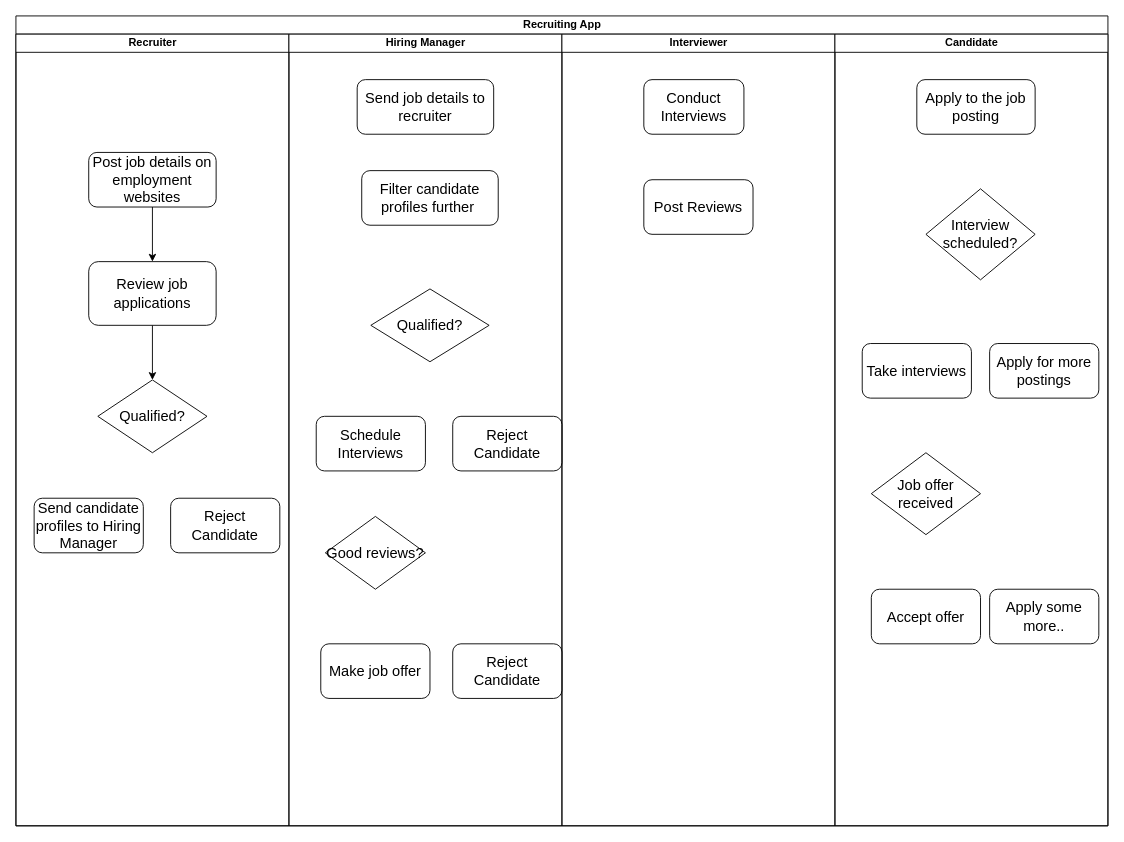
Above: Recruitment_App_Swimlane.drawio in saumyasucharita/swimlane-mindmaps (draw.io), before the change. Source tidied: cells renumbered, new cells numbered last; positions are measured from the earlier drawing's top-left corner, leaving out a move shared by most shapes. Both pictures are drawn from the tidied source at 91%, with x=0, y=0 at pixel (15, 15).
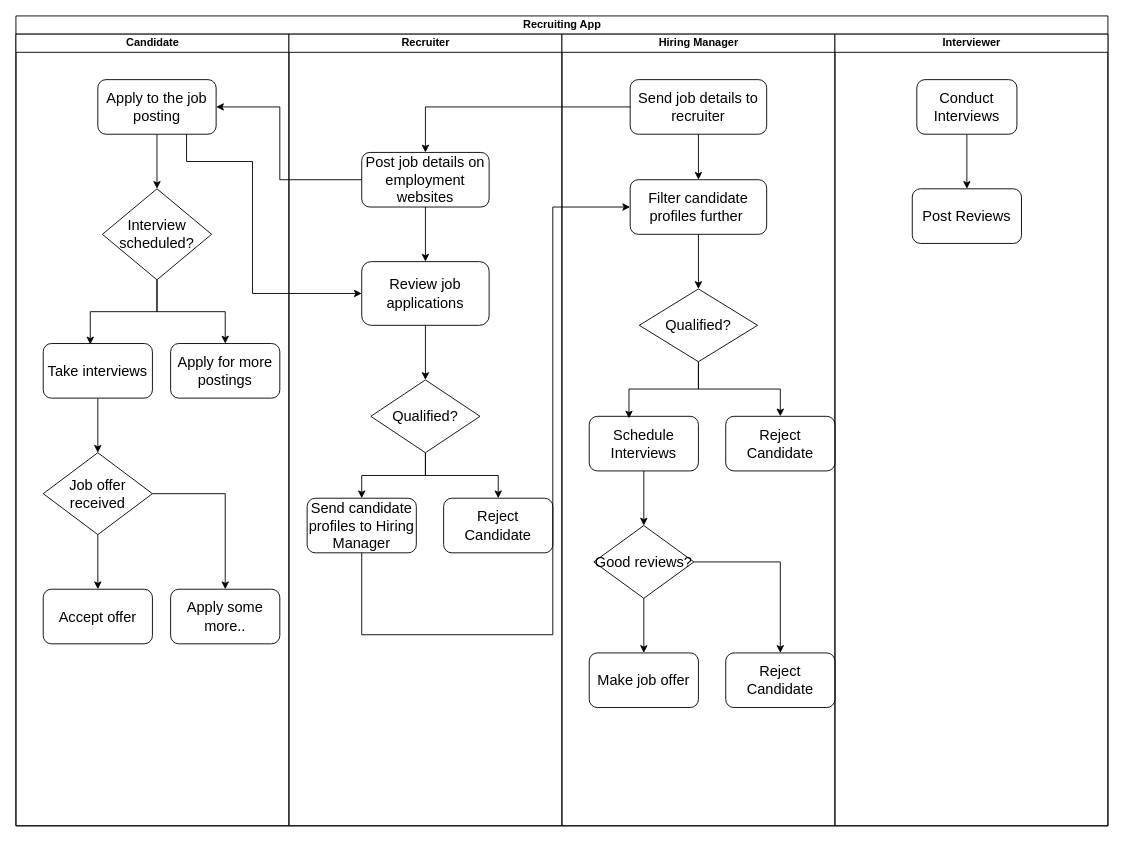
The same diagram, later.

Unchanged cells that the change refers to:
```xml
<mxCell id="2" value="Recruiting App" style="swimlane;startSize=20;html=1;" parent="1" vertex="1">
  <mxGeometry width="1200" height="890" as="geometry" />
</mxCell>
<mxCell id="5" value="&lt;font size=&quot;3&quot;&gt;Post job details on employment websites&lt;/font&gt;" style="rounded=1;whiteSpace=wrap;html=1;" parent="3" vertex="1">
  <mxGeometry x="80" y="130" width="140" height="60" as="geometry" />
</mxCell>
<mxCell id="7" value="&lt;font size=&quot;3&quot;&gt;Review job applications&lt;/font&gt;" style="rounded=1;whiteSpace=wrap;html=1;" parent="3" vertex="1">
  <mxGeometry x="80" y="250" width="140" height="70" as="geometry" />
</mxCell>
<mxCell id="8" value="&lt;font size=&quot;3&quot;&gt;Qualified?&lt;/font&gt;" style="rhombus;whiteSpace=wrap;html=1;" parent="3" vertex="1">
  <mxGeometry x="90" y="380" width="120" height="80" as="geometry" />
</mxCell>
<mxCell id="9" value="&lt;font size=&quot;3&quot;&gt;Send candidate profiles to Hiring Manager&lt;/font&gt;" style="rounded=1;whiteSpace=wrap;html=1;" parent="3" vertex="1">
  <mxGeometry x="20" y="510" width="120" height="60" as="geometry" />
</mxCell>
<mxCell id="10" value="&lt;font size=&quot;3&quot;&gt;Reject Candidate&lt;/font&gt;" style="rounded=1;whiteSpace=wrap;html=1;" parent="3" vertex="1">
  <mxGeometry x="170" y="510" width="120" height="60" as="geometry" />
</mxCell>
<mxCell id="12" value="&lt;font size=&quot;3&quot;&gt;Send job details to recruiter&lt;/font&gt;" style="rounded=1;whiteSpace=wrap;html=1;" parent="11" vertex="1">
  <mxGeometry x="75" y="50" width="150" height="60" as="geometry" />
</mxCell>
<mxCell id="15" value="&lt;font size=&quot;3&quot;&gt;Schedule Interviews&lt;/font&gt;" style="rounded=1;whiteSpace=wrap;html=1;" parent="11" vertex="1">
  <mxGeometry x="30" y="420" width="120" height="60" as="geometry" />
</mxCell>
<mxCell id="16" value="&lt;font size=&quot;3&quot;&gt;Reject Candidate&lt;/font&gt;" style="rounded=1;whiteSpace=wrap;html=1;" parent="11" vertex="1">
  <mxGeometry x="180" y="420" width="120" height="60" as="geometry" />
</mxCell>
<mxCell id="21" value="&lt;font size=&quot;3&quot;&gt;Conduct Interviews&lt;/font&gt;" style="rounded=1;whiteSpace=wrap;html=1;" parent="20" vertex="1">
  <mxGeometry x="90" y="50" width="110" height="60" as="geometry" />
</mxCell>
```

Diff of the diagram source:
```diff
@@
+    <mxCell id="23" value="Candidate" style="swimlane;startSize=20;html=1;" parent="2" vertex="1">
+      <mxGeometry y="20" width="300" height="870" as="geometry" />
+    </mxCell>
+    <mxCell id="31" style="edgeStyle=orthogonalEdgeStyle;rounded=0;jettySize=auto;html=1;" parent="23" edge="1" source="24" target="25">
+      <mxGeometry relative="1" as="geometry" />
+    </mxCell>
+    <mxCell id="24" value="&lt;font size=&quot;3&quot;&gt;Apply to the job posting&lt;/font&gt;" style="rounded=1;whiteSpace=wrap;html=1;" parent="23" vertex="1">
+      <mxGeometry x="90" y="50" width="130" height="60" as="geometry" />
+    </mxCell>
+    <mxCell id="32" style="edgeStyle=orthogonalEdgeStyle;rounded=0;jettySize=auto;html=1;" parent="23" edge="1" source="25" target="27">
+      <mxGeometry relative="1" as="geometry" />
+    </mxCell>
+    <mxCell id="25" value="&lt;font size=&quot;3&quot;&gt;Interview scheduled?&lt;/font&gt;" style="rhombus;whiteSpace=wrap;html=1;" parent="23" vertex="1">
+      <mxGeometry x="95" y="170" width="120" height="100" as="geometry" />
+    </mxCell>
+    <mxCell id="33" style="edgeStyle=orthogonalEdgeStyle;rounded=0;jettySize=auto;html=1;entryX=0.5;entryY=0;entryDx=0;entryDy=0;" parent="23" edge="1" source="26" target="28">
+      <mxGeometry relative="1" as="geometry" />
+    </mxCell>
+    <mxCell id="26" value="&lt;font size=&quot;3&quot;&gt;Take interviews&lt;/font&gt;" style="rounded=1;whiteSpace=wrap;html=1;" parent="23" vertex="1">
+      <mxGeometry x="30" y="340" width="120" height="60" as="geometry" />
+    </mxCell>
+    <mxCell id="27" value="&lt;font size=&quot;3&quot;&gt;Apply for more postings&lt;/font&gt;" style="rounded=1;whiteSpace=wrap;html=1;" parent="23" vertex="1">
+      <mxGeometry x="170" y="340" width="120" height="60" as="geometry" />
+    </mxCell>
+    <mxCell id="34" style="edgeStyle=orthogonalEdgeStyle;rounded=0;jettySize=auto;html=1;" parent="23" edge="1" source="28" target="29">
+      <mxGeometry relative="1" as="geometry" />
+    </mxCell>
+    <mxCell id="35" style="edgeStyle=orthogonalEdgeStyle;rounded=0;jettySize=auto;html=1;" parent="23" edge="1" source="28" target="30">
+      <mxGeometry relative="1" as="geometry" />
+    </mxCell>
+    <mxCell id="28" value="&lt;font size=&quot;3&quot;&gt;Job offer received&lt;/font&gt;" style="rhombus;whiteSpace=wrap;html=1;" parent="23" vertex="1">
+      <mxGeometry x="30" y="460" width="120" height="90" as="geometry" />
+    </mxCell>
+    <mxCell id="29" value="&lt;font size=&quot;3&quot;&gt;Accept offer&lt;/font&gt;" style="rounded=1;whiteSpace=wrap;html=1;" parent="23" vertex="1">
+      <mxGeometry x="30" y="610" width="120" height="60" as="geometry" />
+    </mxCell>
+    <mxCell id="30" value="&lt;font size=&quot;3&quot;&gt;Apply some more..&lt;/font&gt;" style="rounded=1;whiteSpace=wrap;html=1;" parent="23" vertex="1">
+      <mxGeometry x="170" y="610" width="120" height="60" as="geometry" />
+    </mxCell>
+    <mxCell id="36" style="edgeStyle=orthogonalEdgeStyle;rounded=0;jettySize=auto;html=1;entryX=0.431;entryY=0.017;entryDx=0;entryDy=0;entryPerimeter=0;" parent="23" edge="1" source="25" target="26">
+      <mxGeometry relative="1" as="geometry" />
+    </mxCell>
     <mxCell id="3" value="Recruiter" style="swimlane;startSize=20;html=1;" parent="2" vertex="1">
-      <mxGeometry y="20" width="300" height="870" as="geometry" />
+      <mxGeometry x="300" y="20" width="300" height="870" as="geometry" />
     </mxCell>
@@
+    <mxCell id="37" style="edgeStyle=orthogonalEdgeStyle;rounded=0;jettySize=auto;html=1;entryX=0.5;entryY=0;entryDx=0;entryDy=0;" parent="3" edge="1" source="8" target="9">
+      <mxGeometry relative="1" as="geometry" />
+    </mxCell>
+    <mxCell id="38" style="edgeStyle=orthogonalEdgeStyle;rounded=0;jettySize=auto;html=1;" parent="3" edge="1" source="8" target="10">
+      <mxGeometry relative="1" as="geometry" />
+    </mxCell>
@@
     <mxCell id="11" value="Hiring Manager" style="swimlane;startSize=20;html=1;" parent="2" vertex="1">
-      <mxGeometry x="300" y="20" width="300" height="870" as="geometry" />
+      <mxGeometry x="600" y="20" width="300" height="870" as="geometry" />
     </mxCell>
+    <mxCell id="39" style="edgeStyle=orthogonalEdgeStyle;rounded=0;jettySize=auto;html=1;exitX=0.5;exitY=1;exitDx=0;exitDy=0;" parent="11" edge="1" source="12" target="13">
+      <mxGeometry relative="1" as="geometry" />
+    </mxCell>
@@
+    <mxCell id="40" style="edgeStyle=orthogonalEdgeStyle;rounded=0;jettySize=auto;html=1;entryX=0.5;entryY=0;entryDx=0;entryDy=0;" parent="11" edge="1" source="13" target="14">
+      <mxGeometry relative="1" as="geometry" />
+    </mxCell>
     <mxCell id="13" value="&lt;font size=&quot;3&quot;&gt;Filter candidate profiles further&amp;nbsp;&lt;/font&gt;" style="rounded=1;whiteSpace=wrap;html=1;" parent="11" vertex="1">
-      <mxGeometry x="80" y="150" width="150" height="60" as="geometry" />
+      <mxGeometry x="75" y="160" width="150" height="60" as="geometry" />
     </mxCell>
+    <mxCell id="41" style="edgeStyle=orthogonalEdgeStyle;rounded=0;jettySize=auto;html=1;exitX=0.5;exitY=1;exitDx=0;exitDy=0;" parent="11" edge="1" source="14" target="16">
+      <mxGeometry relative="1" as="geometry" />
+    </mxCell>
     <mxCell id="14" value="&lt;font size=&quot;3&quot;&gt;Qualified?&lt;/font&gt;" style="rhombus;whiteSpace=wrap;html=1;" parent="11" vertex="1">
-      <mxGeometry x="90" y="280" width="130" height="80" as="geometry" />
+      <mxGeometry x="85" y="280" width="130" height="80" as="geometry" />
     </mxCell>
+    <mxCell id="42" style="edgeStyle=orthogonalEdgeStyle;rounded=0;jettySize=auto;html=1;" parent="11" edge="1" source="15" target="17">
+      <mxGeometry relative="1" as="geometry" />
+    </mxCell>
@@
+    <mxCell id="43" style="edgeStyle=orthogonalEdgeStyle;rounded=0;jettySize=auto;html=1;" parent="11" edge="1" source="17" target="18">
+      <mxGeometry relative="1" as="geometry" />
+    </mxCell>
+    <mxCell id="44" style="edgeStyle=orthogonalEdgeStyle;rounded=0;jettySize=auto;html=1;entryX=0.5;entryY=0;entryDx=0;entryDy=0;" parent="11" edge="1" source="17" target="19">
+      <mxGeometry relative="1" as="geometry" />
+    </mxCell>
     <mxCell id="17" value="&lt;font size=&quot;3&quot;&gt;Good reviews?&lt;/font&gt;" style="rhombus;whiteSpace=wrap;html=1;" parent="11" vertex="1">
-      <mxGeometry x="40" y="530" width="110" height="80" as="geometry" />
+      <mxGeometry x="35" y="540" width="110" height="80" as="geometry" />
     </mxCell>
     <mxCell id="18" value="&lt;font size=&quot;3&quot;&gt;Make job offer&lt;/font&gt;" style="rounded=1;whiteSpace=wrap;html=1;" parent="11" vertex="1">
-      <mxGeometry x="35" y="670" width="120" height="60" as="geometry" />
+      <mxGeometry x="30" y="680" width="120" height="60" as="geometry" />
     </mxCell>
     <mxCell id="19" value="&lt;font size=&quot;3&quot;&gt;Reject Candidate&lt;/font&gt;" style="rounded=1;whiteSpace=wrap;html=1;" parent="11" vertex="1">
-      <mxGeometry x="180" y="670" width="120" height="60" as="geometry" />
+      <mxGeometry x="180" y="680" width="120" height="60" as="geometry" />
     </mxCell>
+    <mxCell id="45" style="edgeStyle=orthogonalEdgeStyle;rounded=0;jettySize=auto;html=1;exitX=0.5;exitY=1;exitDx=0;exitDy=0;entryX=0.364;entryY=0.039;entryDx=0;entryDy=0;entryPerimeter=0;" parent="11" edge="1" source="14" target="15">
+      <mxGeometry relative="1" as="geometry" />
+    </mxCell>
     <mxCell id="20" value="Interviewer" style="swimlane;startSize=20;html=1;" parent="2" vertex="1">
-      <mxGeometry x="600" y="20" width="300" height="870" as="geometry" />
+      <mxGeometry x="900" y="20" width="300" height="870" as="geometry" />
     </mxCell>
+    <mxCell id="46" style="edgeStyle=orthogonalEdgeStyle;rounded=0;jettySize=auto;html=1;" parent="20" edge="1" source="21" target="22">
+      <mxGeometry relative="1" as="geometry" />
+    </mxCell>
@@
     <mxCell id="22" value="&lt;font size=&quot;3&quot;&gt;Post Reviews&lt;/font&gt;" style="rounded=1;whiteSpace=wrap;html=1;" parent="20" vertex="1">
-      <mxGeometry x="90" y="160" width="120" height="60" as="geometry" />
+      <mxGeometry x="85" y="170" width="120" height="60" as="geometry" />
     </mxCell>
-    <mxCell id="23" value="Candidate" style="swimlane;startSize=20;html=1;" parent="2" vertex="1">
-      <mxGeometry x="900" y="20" width="300" height="870" as="geometry" />
-    </mxCell>
-    <mxCell id="24" value="&lt;font size=&quot;3&quot;&gt;Apply to the job posting&lt;/font&gt;" style="rounded=1;whiteSpace=wrap;html=1;" parent="23" vertex="1">
-      <mxGeometry x="90" y="50" width="130" height="60" as="geometry" />
-    </mxCell>
-    <mxCell id="25" value="&lt;font size=&quot;3&quot;&gt;Interview scheduled?&lt;/font&gt;" style="rhombus;whiteSpace=wrap;html=1;" parent="23" vertex="1">
-      <mxGeometry x="100" y="170" width="120" height="100" as="geometry" />
-    </mxCell>
-    <mxCell id="26" value="&lt;font size=&quot;3&quot;&gt;Take interviews&lt;/font&gt;" style="rounded=1;whiteSpace=wrap;html=1;" parent="23" vertex="1">
-      <mxGeometry x="30" y="340" width="120" height="60" as="geometry" />
-    </mxCell>
-    <mxCell id="27" value="&lt;font size=&quot;3&quot;&gt;Apply for more postings&lt;/font&gt;" style="rounded=1;whiteSpace=wrap;html=1;" parent="23" vertex="1">
-      <mxGeometry x="170" y="340" width="120" height="60" as="geometry" />
-    </mxCell>
-    <mxCell id="28" value="&lt;font size=&quot;3&quot;&gt;Job offer received&lt;/font&gt;" style="rhombus;whiteSpace=wrap;html=1;" parent="23" vertex="1">
-      <mxGeometry x="40" y="460" width="120" height="90" as="geometry" />
-    </mxCell>
-    <mxCell id="29" value="&lt;font size=&quot;3&quot;&gt;Accept offer&lt;/font&gt;" style="rounded=1;whiteSpace=wrap;html=1;" parent="23" vertex="1">
-      <mxGeometry x="40" y="610" width="120" height="60" as="geometry" />
-    </mxCell>
-    <mxCell id="30" value="&lt;font size=&quot;3&quot;&gt;Apply some more..&lt;/font&gt;" style="rounded=1;whiteSpace=wrap;html=1;" parent="23" vertex="1">
-      <mxGeometry x="170" y="610" width="120" height="60" as="geometry" />
-    </mxCell>
+    <mxCell id="47" style="edgeStyle=orthogonalEdgeStyle;rounded=0;jettySize=auto;html=1;exitX=0;exitY=0.5;exitDx=0;exitDy=0;" parent="2" edge="1" source="12" target="5">
+      <mxGeometry relative="1" as="geometry" />
+    </mxCell>
+    <mxCell id="48" style="edgeStyle=orthogonalEdgeStyle;rounded=0;jettySize=auto;html=1;entryX=1;entryY=0.5;entryDx=0;entryDy=0;exitX=0;exitY=0.5;exitDx=0;exitDy=0;" parent="2" edge="1" source="5" target="24">
+      <mxGeometry relative="1" as="geometry">
+        <Array as="points">
+          <mxPoint x="290" y="180" />
+          <mxPoint x="290" y="100" />
+        </Array>
+      </mxGeometry>
+    </mxCell>
+    <mxCell id="49" style="edgeStyle=orthogonalEdgeStyle;rounded=0;jettySize=auto;html=1;exitX=0.75;exitY=1;exitDx=0;exitDy=0;entryX=0;entryY=0.5;entryDx=0;entryDy=0;" parent="2" edge="1" source="24" target="7">
+      <mxGeometry relative="1" as="geometry">
+        <Array as="points">
+          <mxPoint x="188" y="160" />
+          <mxPoint x="260" y="160" />
+          <mxPoint x="260" y="305" />
+        </Array>
+      </mxGeometry>
+    </mxCell>
+    <mxCell id="50" style="edgeStyle=orthogonalEdgeStyle;rounded=0;jettySize=auto;html=1;entryX=0;entryY=0.5;entryDx=0;entryDy=0;" parent="2" edge="1" source="9" target="13">
+      <mxGeometry relative="1" as="geometry">
+        <Array as="points">
+          <mxPoint x="380" y="680" />
+          <mxPoint x="590" y="680" />
+          <mxPoint x="590" y="210" />
+        </Array>
+      </mxGeometry>
+    </mxCell>
```
